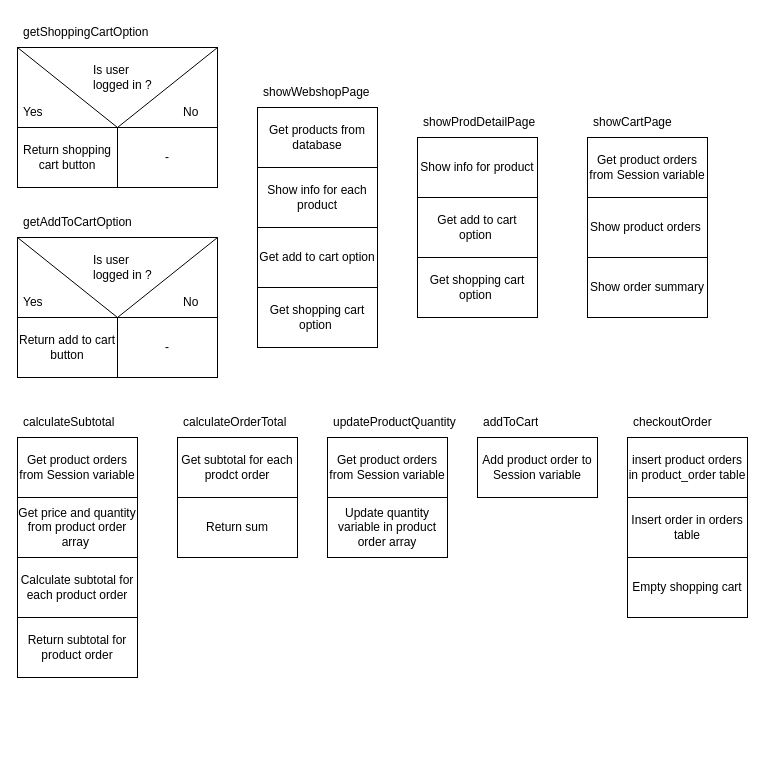
This is Diagrams/PSD.drawio from JeroenHeemskerk/educom-webshop-database-1690270728, a draw.io file, before an edit. Source tidied: cells renumbered, new cells numbered last; positions are measured from the earlier drawing's top-left corner, leaving out a move shared by most shapes. Both pictures are drawn from the tidied source at 100%, with x=0, y=0 at pixel (17, 17).
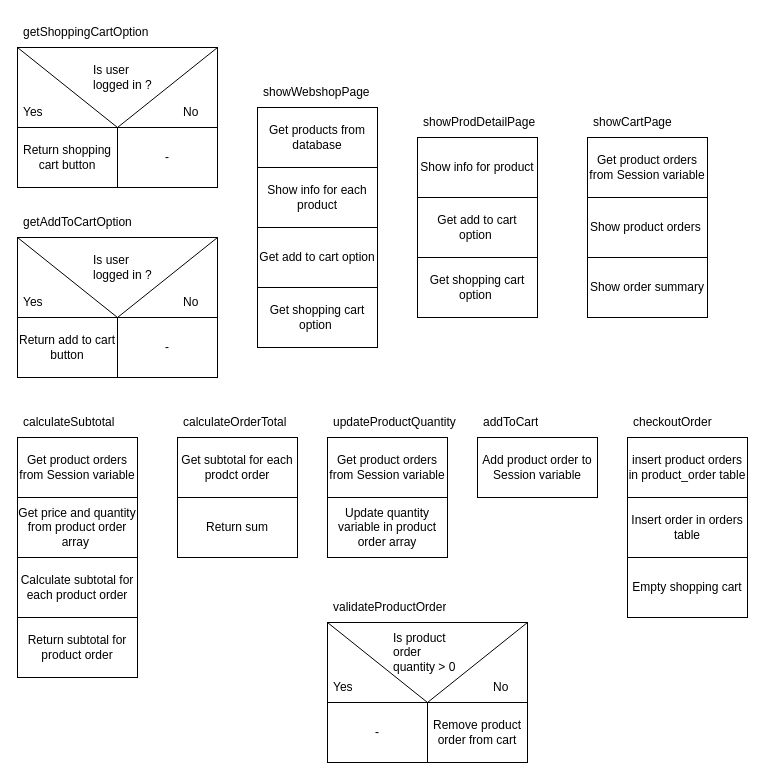
After the change.

Change to the diagram source:
```diff
@@
+    <mxCell id="54" style="group;" parent="1" vertex="1">
+      <mxGeometry x="310" y="605" width="200" height="140" as="geometry" />
+    </mxCell>
+    <mxCell id="55" style="rounded=0;whiteSpace=wrap;html=1;" parent="54" vertex="1">
+      <mxGeometry width="200" height="80" as="geometry" />
+    </mxCell>
+    <mxCell id="56" style="endArrow=none;html=1;entryX=1;entryY=0;entryDx=0;entryDy=0;" parent="54" edge="1" target="55">
+      <mxGeometry relative="1" as="geometry">
+        <mxPoint x="100" y="80" as="sourcePoint" />
+      </mxGeometry>
+    </mxCell>
+    <mxCell id="57" style="endArrow=none;html=1;entryX=0;entryY=0;entryDx=0;entryDy=0;exitX=0.5;exitY=1;exitDx=0;exitDy=0;" parent="54" edge="1" source="55" target="55">
+      <mxGeometry relative="1" as="geometry" />
+    </mxCell>
+    <mxCell id="58" value="-" style="rounded=0;whiteSpace=wrap;html=1;" parent="54" vertex="1">
+      <mxGeometry y="80" width="100" height="60" as="geometry" />
+    </mxCell>
+    <mxCell id="59" value="Remove product order from cart" style="rounded=0;whiteSpace=wrap;html=1;" parent="54" vertex="1">
+      <mxGeometry x="100" y="80" width="100" height="60" as="geometry" />
+    </mxCell>
+    <mxCell id="60" value="Yes" style="text;strokeColor=none;fillColor=none;align=left;verticalAlign=middle;spacingLeft=4;spacingRight=4;overflow=hidden;whiteSpace=wrap;html=1;" parent="54" vertex="1">
+      <mxGeometry y="50" width="80" height="30" as="geometry" />
+    </mxCell>
+    <mxCell id="61" value="No" style="text;strokeColor=none;fillColor=none;align=left;verticalAlign=middle;spacingLeft=4;spacingRight=4;overflow=hidden;whiteSpace=wrap;html=1;" parent="54" vertex="1">
+      <mxGeometry x="160" y="50" width="40" height="30" as="geometry" />
+    </mxCell>
+    <mxCell id="62" value="Is product order quantity &amp;gt; 0" style="text;strokeColor=none;fillColor=none;align=left;verticalAlign=middle;spacingLeft=4;spacingRight=4;overflow=hidden;whiteSpace=wrap;html=1;" parent="54" vertex="1">
+      <mxGeometry x="60" width="80" height="60" as="geometry" />
+    </mxCell>
+    <mxCell id="63" value="validateProductOrder" style="text;strokeColor=none;fillColor=none;align=left;verticalAlign=middle;spacingLeft=4;spacingRight=4;overflow=hidden;whiteSpace=wrap;html=1;" parent="1" vertex="1">
+      <mxGeometry x="310" y="575" width="200" height="30" as="geometry" />
+    </mxCell>
```
